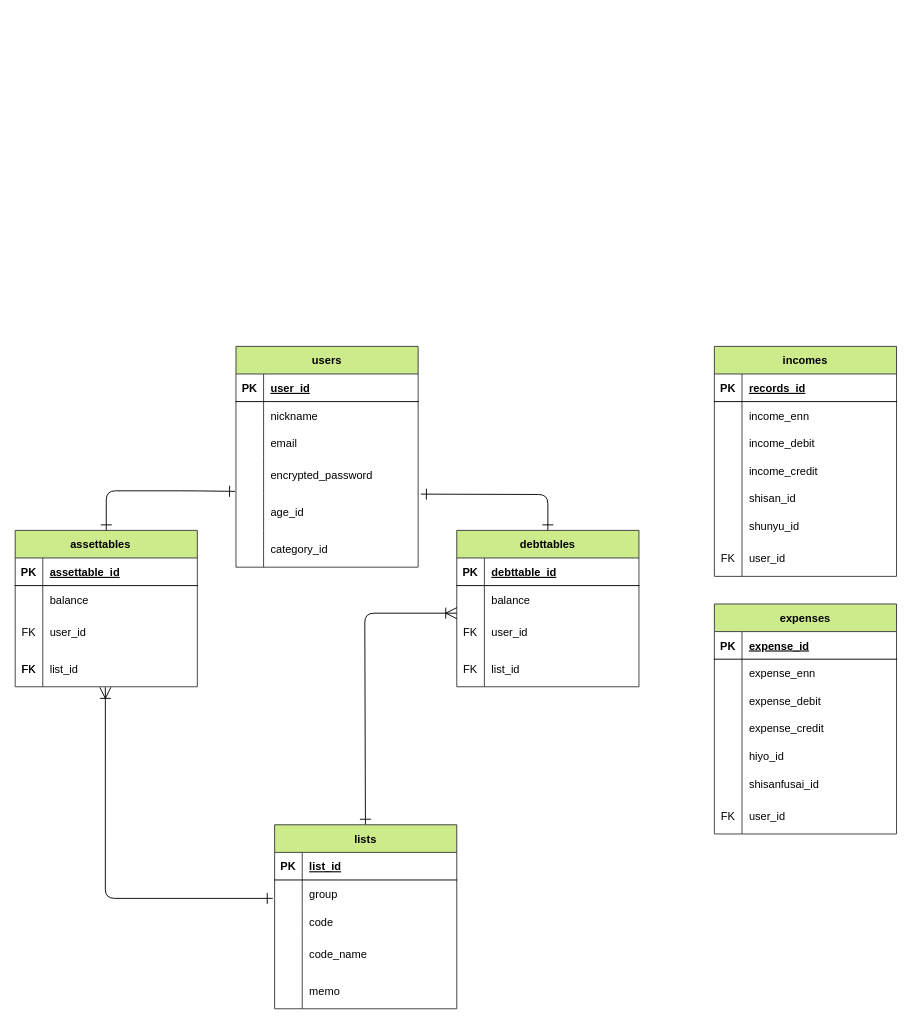
Before: page "ER図" (2 of 3) of moneyforest.dio in rikakohira/moneyforest, a draw.io diagram. Source tidied: cells renumbered, new cells numbered last; positions are measured from the earlier drawing's top-left corner, leaving out a move shared by most shapes. Both pictures are drawn from the tidied source at 92%, with x=0, y=0 at pixel (15, 346).
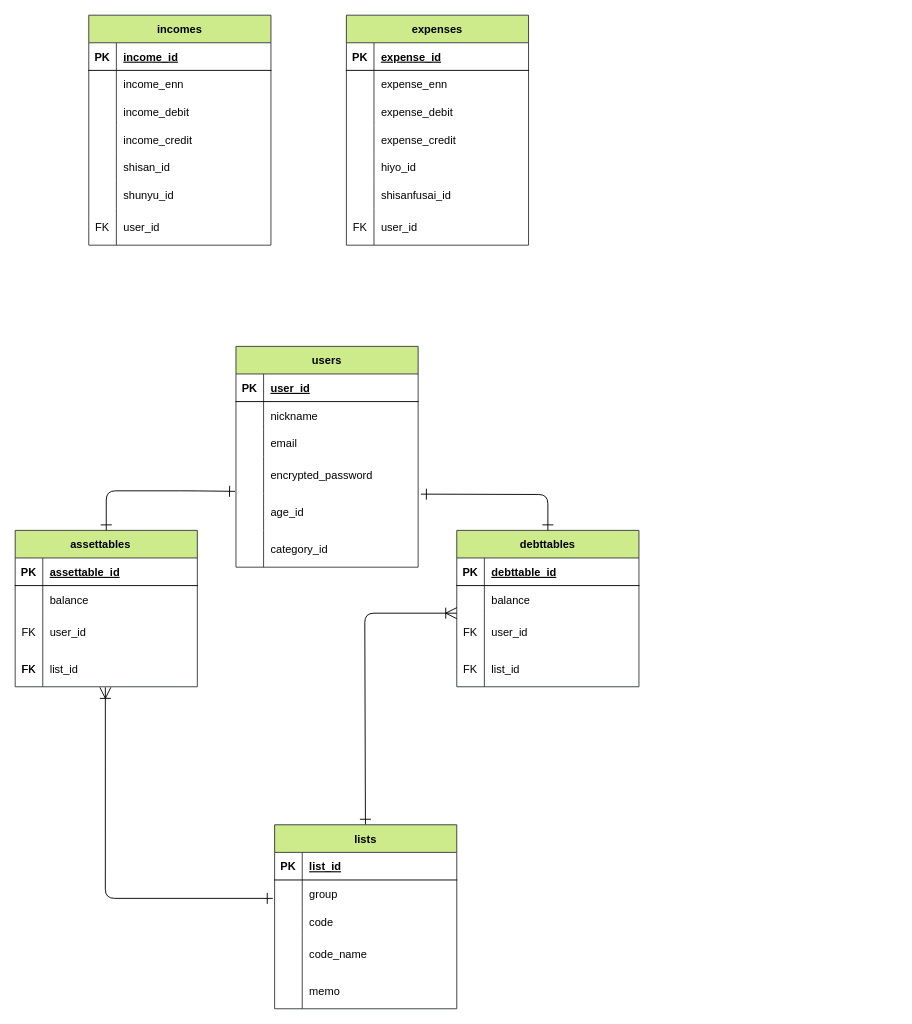
After the change.

The change refers to these unchanged cells:
```xml
<mxCell id="35" style="shape=partialRectangle;fillColor=none;top=0;left=0;bottom=1;right=0;strokeColor=#000000;fontColor=#000000;" parent="34" vertex="1">
  <mxGeometry y="30" width="198" height="30" as="geometry" />
</mxCell>
```

Diff of the diagram source:
```diff
@@
     <mxCell id="34" value="incomes" style="shape=table;startSize=30;childLayout=tableLayout;rowLines=0;fontStyle=1;align=center;strokeColor=#36393d;fillColor=#cdeb8b;fontColor=#000000;resizeLastRow=1;" parent="1" vertex="1">
-      <mxGeometry x="760" width="198" height="250" as="geometry" />
+      <mxGeometry x="80" y="-360" width="198" height="250" as="geometry" />
     </mxCell>
@@
-    <mxCell id="37" value="records_id" style="shape=partialRectangle;fillColor=none;top=0;left=0;bottom=0;right=0;align=left;spacingLeft=6;fontStyle=5;overflow=hidden;strokeColor=#000000;fontColor=#000000;" parent="35" vertex="1">
+    <mxCell id="37" value="income_id" style="shape=partialRectangle;fillColor=none;top=0;left=0;bottom=0;right=0;align=left;spacingLeft=6;fontStyle=5;overflow=hidden;strokeColor=#000000;fontColor=#000000;" parent="35" vertex="1">
       <mxGeometry x="30" width="168" height="30" as="geometry" />
     </mxCell>
@@
     <mxCell id="58" value="expenses" style="shape=table;startSize=30;childLayout=tableLayout;rowLines=0;fontStyle=1;align=center;strokeColor=#36393d;fillColor=#cdeb8b;fontColor=#000000;resizeLastRow=1;" parent="1" vertex="1">
-      <mxGeometry x="760" y="280" width="198" height="250" as="geometry" />
+      <mxGeometry x="360" y="-360" width="198" height="250" as="geometry" />
     </mxCell>
```
